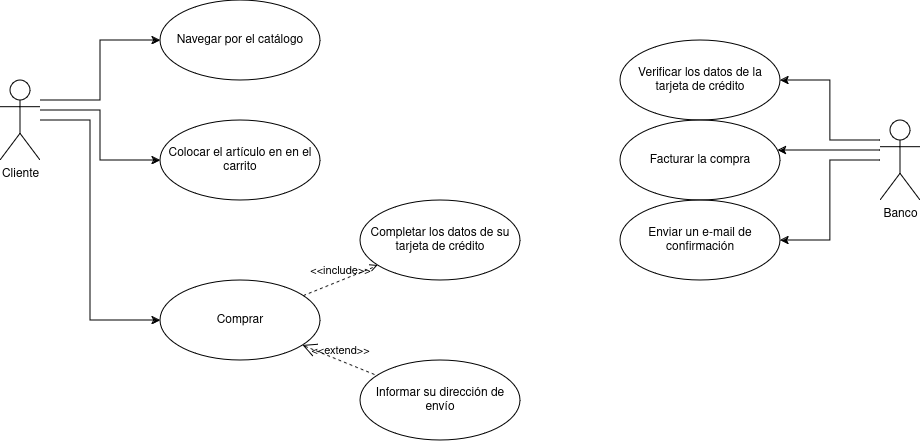
Above: Tienda-de-Comercio-Electrónico.png in eduardosmoralesglez/Simulacro-I---Diagrama-de-Casos-de-Uso- (draw.io), before the change. Source tidied: cells renumbered, new cells last; positions are measured from the earlier drawing's top-left corner, leaving out a move shared by most shapes. Its diagram source:
```xml
<mxGraphModel>
  <root>
    <mxCell id="0" />
    <mxCell id="1" parent="0" />
    <mxCell id="2" style="edgeStyle=orthogonalEdgeStyle;rounded=0;jettySize=auto;html=1;" parent="1" edge="1" source="5" target="10">
      <mxGeometry relative="1" as="geometry">
        <Array as="points">
          <mxPoint x="100" y="100" />
          <mxPoint x="100" y="40" />
        </Array>
      </mxGeometry>
    </mxCell>
    <mxCell id="3" style="edgeStyle=orthogonalEdgeStyle;rounded=0;jettySize=auto;html=1;" parent="1" edge="1" source="5" target="11">
      <mxGeometry relative="1" as="geometry">
        <Array as="points">
          <mxPoint x="100" y="110" />
          <mxPoint x="100" y="160" />
        </Array>
      </mxGeometry>
    </mxCell>
    <mxCell id="4" style="edgeStyle=orthogonalEdgeStyle;rounded=0;jettySize=auto;html=1;" parent="1" edge="1" source="5" target="12">
      <mxGeometry relative="1" as="geometry">
        <Array as="points">
          <mxPoint x="90" y="120" />
          <mxPoint x="90" y="320" />
        </Array>
      </mxGeometry>
    </mxCell>
    <mxCell id="5" value="&lt;div&gt;Cliente&lt;/div&gt;" style="shape=umlActor;html=1;verticalLabelPosition=bottom;verticalAlign=top;align=center;" parent="1" vertex="1">
      <mxGeometry y="80" width="40" height="80" as="geometry" />
    </mxCell>
    <mxCell id="6" style="edgeStyle=orthogonalEdgeStyle;rounded=0;jettySize=auto;html=1;" parent="1" edge="1" source="9" target="15">
      <mxGeometry relative="1" as="geometry">
        <Array as="points">
          <mxPoint x="830" y="140" />
          <mxPoint x="830" y="80" />
        </Array>
      </mxGeometry>
    </mxCell>
    <mxCell id="7" style="edgeStyle=orthogonalEdgeStyle;rounded=0;jettySize=auto;html=1;" parent="1" edge="1" source="9" target="16">
      <mxGeometry relative="1" as="geometry">
        <Array as="points">
          <mxPoint x="830" y="150" />
          <mxPoint x="830" y="150" />
        </Array>
      </mxGeometry>
    </mxCell>
    <mxCell id="8" style="edgeStyle=orthogonalEdgeStyle;rounded=0;jettySize=auto;html=1;" parent="1" edge="1" source="9" target="17">
      <mxGeometry relative="1" as="geometry" />
    </mxCell>
    <mxCell id="9" value="&lt;div&gt;Banco&lt;/div&gt;" style="shape=umlActor;html=1;verticalLabelPosition=bottom;verticalAlign=top;align=center;" parent="1" vertex="1">
      <mxGeometry x="880" y="120" width="40" height="80" as="geometry" />
    </mxCell>
    <mxCell id="10" value="Navegar por el catálogo" style="ellipse;whiteSpace=wrap;html=1;" parent="1" vertex="1">
      <mxGeometry x="160" width="160" height="80" as="geometry" />
    </mxCell>
    <mxCell id="11" value="Colocar el artículo en en el carrito" style="ellipse;whiteSpace=wrap;html=1;" parent="1" vertex="1">
      <mxGeometry x="160" y="120" width="160" height="80" as="geometry" />
    </mxCell>
    <mxCell id="12" value="Comprar" style="ellipse;whiteSpace=wrap;html=1;" parent="1" vertex="1">
      <mxGeometry x="160" y="280" width="160" height="80" as="geometry" />
    </mxCell>
    <mxCell id="13" value="Informar su dirección de envío" style="ellipse;whiteSpace=wrap;html=1;" parent="1" vertex="1">
      <mxGeometry x="360" y="360" width="160" height="80" as="geometry" />
    </mxCell>
    <mxCell id="14" value="Completar los datos de su tarjeta de crédito" style="ellipse;whiteSpace=wrap;html=1;" parent="1" vertex="1">
      <mxGeometry x="360" y="200" width="160" height="80" as="geometry" />
    </mxCell>
    <mxCell id="15" value="Verificar los datos de la tarjeta de crédito" style="ellipse;whiteSpace=wrap;html=1;" parent="1" vertex="1">
      <mxGeometry x="620" y="40" width="160" height="80" as="geometry" />
    </mxCell>
    <mxCell id="16" value="Facturar la compra" style="ellipse;whiteSpace=wrap;html=1;" parent="1" vertex="1">
      <mxGeometry x="620" y="120" width="160" height="80" as="geometry" />
    </mxCell>
    <mxCell id="17" value="Enviar un e-mail de confirmación" style="ellipse;whiteSpace=wrap;html=1;" parent="1" vertex="1">
      <mxGeometry x="620" y="200" width="160" height="80" as="geometry" />
    </mxCell>
    <mxCell id="18" value="&amp;lt;&amp;lt;extend&amp;gt;&amp;gt;" style="edgeStyle=none;html=1;startArrow=open;endArrow=none;startSize=12;verticalAlign=bottom;dashed=1;labelBackgroundColor=none;rounded=0;" parent="1" edge="1" source="12" target="13">
      <mxGeometry relative="1" as="geometry" />
    </mxCell>
    <mxCell id="19" value="&amp;lt;&amp;lt;include&amp;gt;&amp;gt;" style="edgeStyle=none;html=1;endArrow=open;verticalAlign=bottom;dashed=1;labelBackgroundColor=none;rounded=0;" parent="1" edge="1" source="12" target="14">
      <mxGeometry relative="1" as="geometry" />
    </mxCell>
  </root>
</mxGraphModel>
```
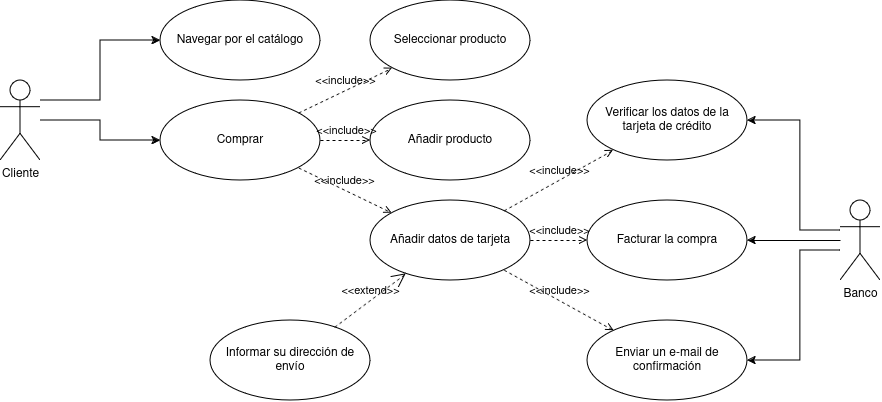
After the change.

What changed in the source:
```diff
@@ -10,76 +10,81 @@
         </Array>
       </mxGeometry>
     </mxCell>
-    <mxCell id="3" style="edgeStyle=orthogonalEdgeStyle;rounded=0;jettySize=auto;html=1;" parent="1" edge="1" source="5" target="11">
-      <mxGeometry relative="1" as="geometry">
-        <Array as="points">
-          <mxPoint x="100" y="110" />
-          <mxPoint x="100" y="160" />
-        </Array>
-      </mxGeometry>
-    </mxCell>
     <mxCell id="4" style="edgeStyle=orthogonalEdgeStyle;rounded=0;jettySize=auto;html=1;" parent="1" edge="1" source="5" target="12">
-      <mxGeometry relative="1" as="geometry">
-        <Array as="points">
-          <mxPoint x="90" y="120" />
-          <mxPoint x="90" y="320" />
-        </Array>
-      </mxGeometry>
+      <mxGeometry relative="1" as="geometry" />
     </mxCell>
     <mxCell id="5" value="&lt;div&gt;Cliente&lt;/div&gt;" style="shape=umlActor;html=1;verticalLabelPosition=bottom;verticalAlign=top;align=center;" parent="1" vertex="1">
       <mxGeometry y="80" width="40" height="80" as="geometry" />
     </mxCell>
+    <mxCell id="7" style="edgeStyle=orthogonalEdgeStyle;rounded=0;jettySize=auto;html=1;" parent="1" edge="1" source="9" target="16">
+      <mxGeometry relative="1" as="geometry" />
+    </mxCell>
     <mxCell id="6" style="edgeStyle=orthogonalEdgeStyle;rounded=0;jettySize=auto;html=1;" parent="1" edge="1" source="9" target="15">
       <mxGeometry relative="1" as="geometry">
         <Array as="points">
-          <mxPoint x="830" y="140" />
-          <mxPoint x="830" y="80" />
+          <mxPoint x="800" y="230" />
+          <mxPoint x="800" y="120" />
         </Array>
       </mxGeometry>
     </mxCell>
-    <mxCell id="7" style="edgeStyle=orthogonalEdgeStyle;rounded=0;jettySize=auto;html=1;" parent="1" edge="1" source="9" target="16">
-      <mxGeometry relative="1" as="geometry">
-        <Array as="points">
-          <mxPoint x="830" y="150" />
-          <mxPoint x="830" y="150" />
-        </Array>
-      </mxGeometry>
-    </mxCell>
     <mxCell id="8" style="edgeStyle=orthogonalEdgeStyle;rounded=0;jettySize=auto;html=1;" parent="1" edge="1" source="9" target="17">
-      <mxGeometry relative="1" as="geometry" />
+      <mxGeometry relative="1" as="geometry">
+        <Array as="points">
+          <mxPoint x="800" y="250" />
+          <mxPoint x="800" y="360" />
+        </Array>
+      </mxGeometry>
     </mxCell>
     <mxCell id="9" value="&lt;div&gt;Banco&lt;/div&gt;" style="shape=umlActor;html=1;verticalLabelPosition=bottom;verticalAlign=top;align=center;" parent="1" vertex="1">
-      <mxGeometry x="880" y="120" width="40" height="80" as="geometry" />
+      <mxGeometry x="840" y="200" width="40" height="80" as="geometry" />
     </mxCell>
     <mxCell id="10" value="Navegar por el catálogo" style="ellipse;whiteSpace=wrap;html=1;" parent="1" vertex="1">
       <mxGeometry x="160" width="160" height="80" as="geometry" />
     </mxCell>
-    <mxCell id="11" value="Colocar el artículo en en el carrito" style="ellipse;whiteSpace=wrap;html=1;" parent="1" vertex="1">
-      <mxGeometry x="160" y="120" width="160" height="80" as="geometry" />
-    </mxCell>
     <mxCell id="12" value="Comprar" style="ellipse;whiteSpace=wrap;html=1;" parent="1" vertex="1">
-      <mxGeometry x="160" y="280" width="160" height="80" as="geometry" />
+      <mxGeometry x="160" y="100" width="160" height="80" as="geometry" />
     </mxCell>
-    <mxCell id="13" value="Informar su dirección de envío" style="ellipse;whiteSpace=wrap;html=1;" parent="1" vertex="1">
-      <mxGeometry x="360" y="360" width="160" height="80" as="geometry" />
+    <mxCell id="13" value="Añadir producto" style="ellipse;whiteSpace=wrap;html=1;" parent="1" vertex="1">
+      <mxGeometry x="370" y="100" width="160" height="80" as="geometry" />
     </mxCell>
-    <mxCell id="14" value="Completar los datos de su tarjeta de crédito" style="ellipse;whiteSpace=wrap;html=1;" parent="1" vertex="1">
-      <mxGeometry x="360" y="200" width="160" height="80" as="geometry" />
+    <mxCell id="14" value="Seleccionar producto" style="ellipse;whiteSpace=wrap;html=1;" parent="1" vertex="1">
+      <mxGeometry x="370" width="160" height="80" as="geometry" />
     </mxCell>
     <mxCell id="15" value="Verificar los datos de la tarjeta de crédito" style="ellipse;whiteSpace=wrap;html=1;" parent="1" vertex="1">
-      <mxGeometry x="620" y="40" width="160" height="80" as="geometry" />
+      <mxGeometry x="587" y="80" width="160" height="80" as="geometry" />
     </mxCell>
     <mxCell id="16" value="Facturar la compra" style="ellipse;whiteSpace=wrap;html=1;" parent="1" vertex="1">
-      <mxGeometry x="620" y="120" width="160" height="80" as="geometry" />
+      <mxGeometry x="587" y="200" width="160" height="80" as="geometry" />
     </mxCell>
     <mxCell id="17" value="Enviar un e-mail de confirmación" style="ellipse;whiteSpace=wrap;html=1;" parent="1" vertex="1">
-      <mxGeometry x="620" y="200" width="160" height="80" as="geometry" />
+      <mxGeometry x="587" y="320" width="160" height="80" as="geometry" />
     </mxCell>
+    <mxCell id="20" value="Añadir datos de tarjeta" style="ellipse;whiteSpace=wrap;html=1;" parent="1" vertex="1">
+      <mxGeometry x="370" y="200" width="160" height="80" as="geometry" />
+    </mxCell>
+    <mxCell id="19" value="&amp;lt;&amp;lt;include&amp;gt;&amp;gt;" style="edgeStyle=none;html=1;endArrow=open;verticalAlign=bottom;dashed=1;labelBackgroundColor=none;rounded=0;" parent="1" edge="1" source="12" target="14">
+      <mxGeometry relative="1" as="geometry" />
+    </mxCell>
+    <mxCell id="21" value="&amp;lt;&amp;lt;include&amp;gt;&amp;gt;" style="edgeStyle=none;html=1;endArrow=open;verticalAlign=bottom;dashed=1;labelBackgroundColor=none;rounded=0;" parent="1" edge="1" source="12" target="13">
+      <mxGeometry relative="1" as="geometry" />
+    </mxCell>
+    <mxCell id="22" value="&amp;lt;&amp;lt;include&amp;gt;&amp;gt;" style="edgeStyle=none;html=1;endArrow=open;verticalAlign=bottom;dashed=1;labelBackgroundColor=none;rounded=0;" parent="1" edge="1" source="12" target="20">
+      <mxGeometry relative="1" as="geometry" />
+    </mxCell>
+    <mxCell id="23" value="Informar su dirección de envío" style="ellipse;whiteSpace=wrap;html=1;" parent="1" vertex="1">
+      <mxGeometry x="210" y="320" width="160" height="80" as="geometry" />
+    </mxCell>
-    <mxCell id="18" value="&amp;lt;&amp;lt;extend&amp;gt;&amp;gt;" style="edgeStyle=none;html=1;startArrow=open;endArrow=none;startSize=12;verticalAlign=bottom;dashed=1;labelBackgroundColor=none;rounded=0;" parent="1" edge="1" source="12" target="13">
+    <mxCell id="18" value="&amp;lt;&amp;lt;extend&amp;gt;&amp;gt;" style="edgeStyle=none;html=1;startArrow=open;endArrow=none;startSize=12;verticalAlign=bottom;dashed=1;labelBackgroundColor=none;rounded=0;" parent="1" edge="1" source="20" target="23">
       <mxGeometry relative="1" as="geometry" />
     </mxCell>
-    <mxCell id="19" value="&amp;lt;&amp;lt;include&amp;gt;&amp;gt;" style="edgeStyle=none;html=1;endArrow=open;verticalAlign=bottom;dashed=1;labelBackgroundColor=none;rounded=0;" parent="1" edge="1" source="12" target="14">
-      <mxGeometry relative="1" as="geometry" />
-    </mxCell>
+    <mxCell id="24" value="&amp;lt;&amp;lt;include&amp;gt;&amp;gt;" style="edgeStyle=none;html=1;endArrow=open;verticalAlign=bottom;dashed=1;labelBackgroundColor=none;rounded=0;" parent="1" edge="1" source="20" target="15">
+      <mxGeometry relative="1" as="geometry" />
+    </mxCell>
+    <mxCell id="25" value="&amp;lt;&amp;lt;include&amp;gt;&amp;gt;" style="edgeStyle=none;html=1;endArrow=open;verticalAlign=bottom;dashed=1;labelBackgroundColor=none;rounded=0;" parent="1" edge="1" source="20" target="16">
+      <mxGeometry relative="1" as="geometry" />
+    </mxCell>
+    <mxCell id="26" value="&amp;lt;&amp;lt;include&amp;gt;&amp;gt;" style="edgeStyle=none;html=1;endArrow=open;verticalAlign=bottom;dashed=1;labelBackgroundColor=none;rounded=0;" parent="1" edge="1" source="20" target="17">
+      <mxGeometry relative="1" as="geometry" />
+    </mxCell>
   </root>
 </mxGraphModel>
```
